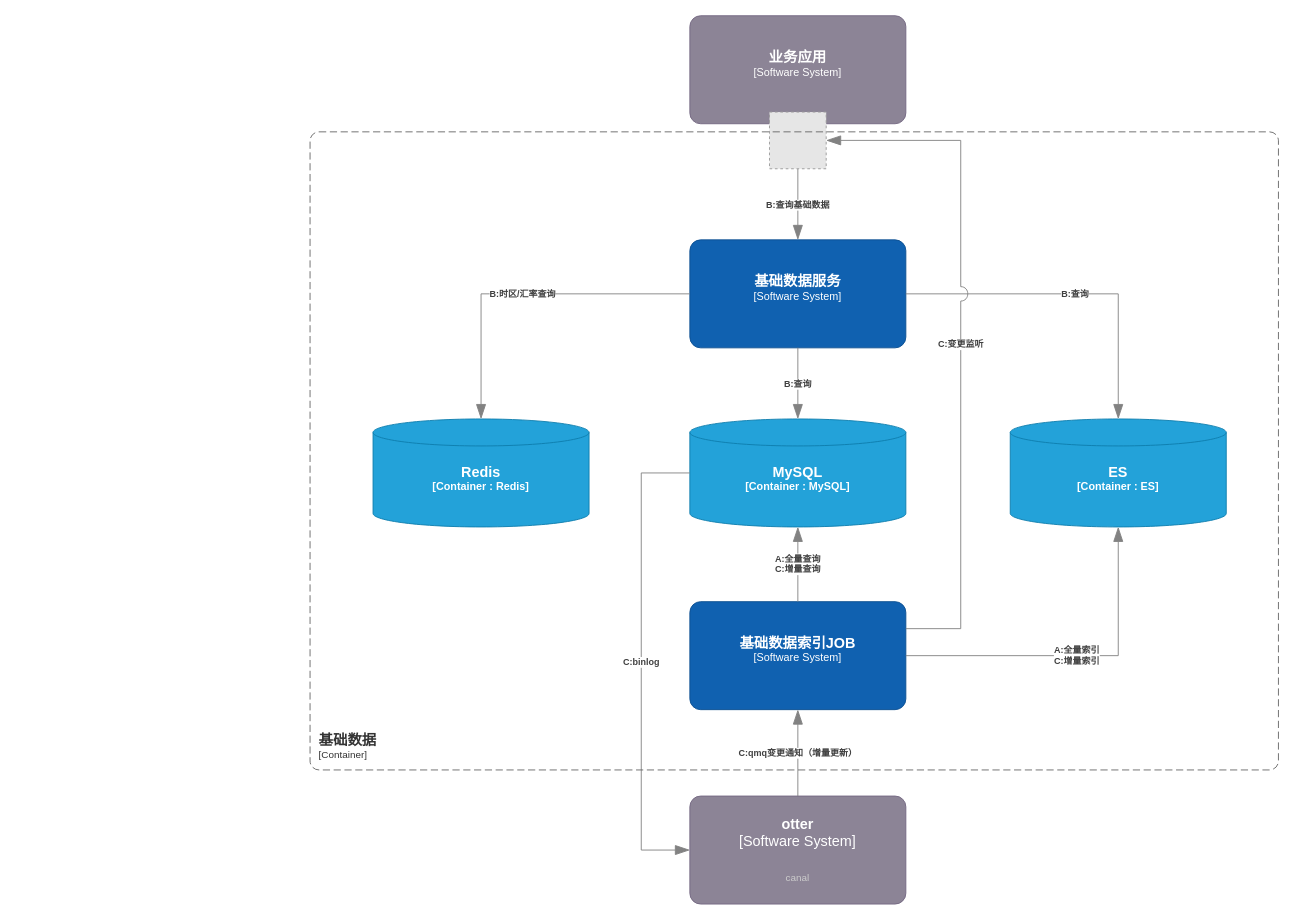
The draw.io diagram page "V1" (1 of 3) of 基础数据.drawio in miareko/c4-diagram, before the edit. Source tidied: cells renumbered, new cells numbered last; positions are measured from the earlier drawing's top-left corner, leaving out a move shared by most shapes. Both pictures are drawn from the tidied source at 90%, with x=0, y=0 at pixel (310, 15). Pictures stored in the file or linked from it are replaced by grey dashed boxes.
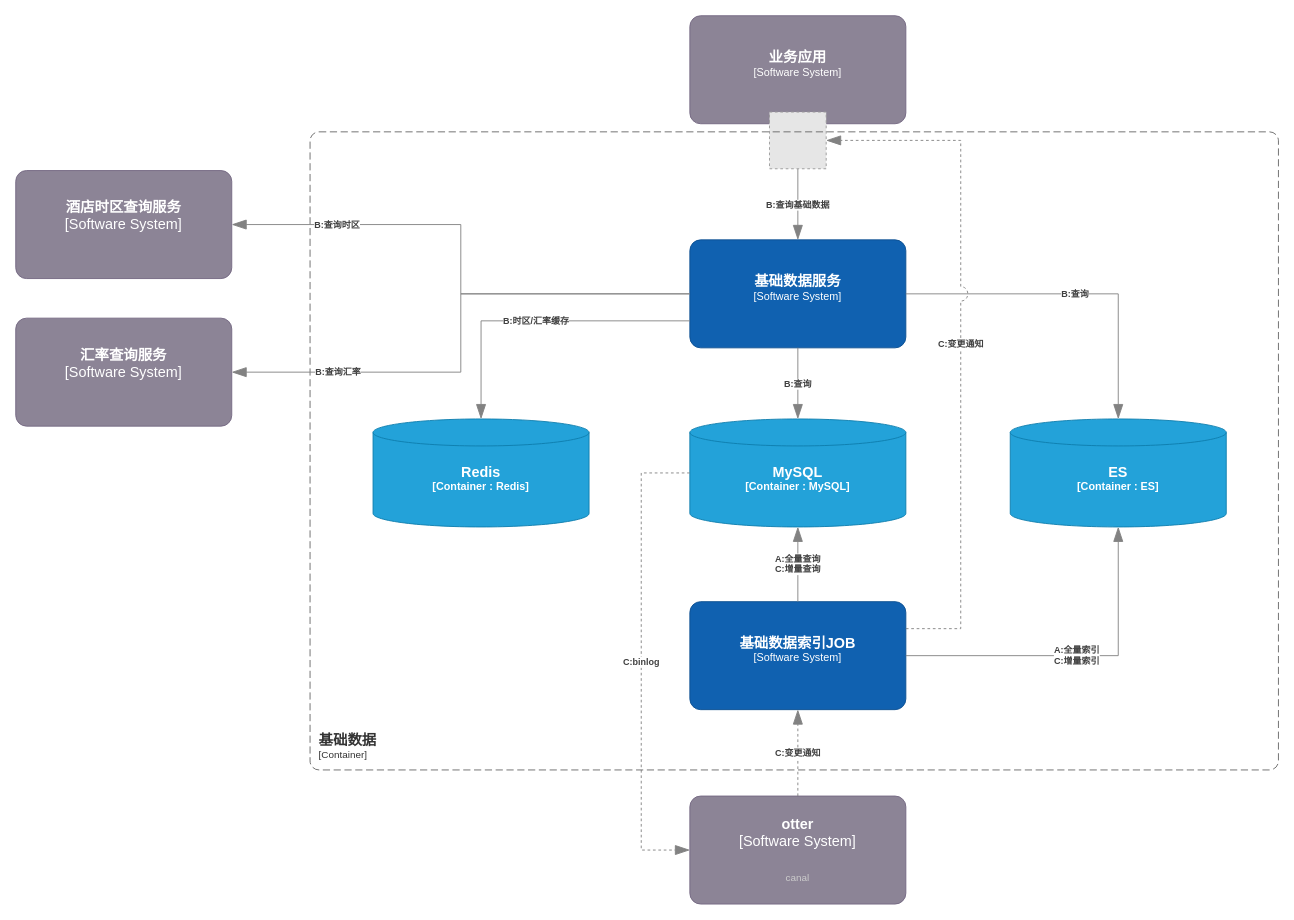
Above is the later version.

The change refers to these unchanged cells:
```xml
<object id="2" label="&lt;font style=&quot;font-size: 16px&quot;&gt;&lt;b&gt;%c4Name%&lt;/b&gt;&lt;/font&gt;&lt;div&gt;[%c4Type%]&lt;/div&gt;&lt;br&gt;&lt;div&gt;&lt;font style=&quot;font-size: 11px&quot;&gt;&lt;font color=&quot;#cccccc&quot;&gt;%c4Description%&lt;/font&gt;&lt;/div&gt;" c4Description="" c4Name="基础数据服务" c4Type="Software System" placeholders="1">
  <mxCell style="rounded=1;whiteSpace=wrap;html=1;labelBackgroundColor=none;fillColor=#1061B0;fontColor=#ffffff;align=center;arcSize=10;strokeColor=#0D5091;points=[[0.25,0,0],[0.5,0,0],[0.75,0,0],[1,0.25,0],[1,0.5,0],[1,0.75,0],[0.75,1,0],[0.5,1,0],[0.25,1,0],[0,0.75,0],[0,0.5,0],[0,0.25,0]];" parent="1" vertex="1">
    <mxGeometry x="422" y="249" width="240" height="120" as="geometry" />
  </mxCell>
</object>
<object id="3" label="&lt;font style=&quot;font-size: 16px&quot;&gt;&lt;b&gt;%c4Type%&lt;/font&gt;&lt;div&gt;[%c4Container%:&amp;nbsp;%c4Technology%]&lt;/div&gt;&lt;br&gt;&lt;div&gt;&lt;font style=&quot;font-size: 11px&quot;&gt;&lt;font color=&quot;#E6E6E6&quot;&gt;%c4Description%&lt;/font&gt;&lt;/div&gt;" c4Container="Container " c4Description="" c4Technology="MySQL" c4Type="MySQL" placeholders="1">
  <mxCell style="shape=cylinder3;size=15;whiteSpace=wrap;html=1;boundedLbl=1;rounded=0;labelBackgroundColor=none;fillColor=#23A2D9;fontSize=12;fontColor=#ffffff;align=center;strokeColor=#0E7DAD;points=[[0.5,0,0],[1,0.25,0],[1,0.5,0],[1,0.75,0],[0.5,1,0],[0,0.75,0],[0,0.5,0],[0,0.25,0]];" parent="1" vertex="1">
    <mxGeometry x="422" y="448" width="240" height="120" as="geometry" />
  </mxCell>
</object>
<object id="4" label="&lt;font style=&quot;font-size: 16px&quot;&gt;&lt;b&gt;%c4Name%&lt;/b&gt;&lt;/font&gt;&lt;div&gt;[%c4Type%]&lt;/div&gt;&lt;br&gt;&lt;div&gt;&lt;font style=&quot;font-size: 11px&quot;&gt;&lt;font color=&quot;#cccccc&quot;&gt;%c4Description%&lt;/font&gt;&lt;/div&gt;" c4Description="" c4Name="基础数据索引JOB" c4Type="Software System" placeholders="1">
  <mxCell style="rounded=1;whiteSpace=wrap;html=1;labelBackgroundColor=none;fillColor=#1061B0;fontColor=#ffffff;align=center;arcSize=10;strokeColor=#0D5091;points=[[0.25,0,0],[0.5,0,0],[0.75,0,0],[1,0.25,0],[1,0.5,0],[1,0.75,0],[0.75,1,0],[0.5,1,0],[0.25,1,0],[0,0.75,0],[0,0.5,0],[0,0.25,0]];" parent="1" vertex="1">
    <mxGeometry x="422" y="651" width="240" height="120" as="geometry" />
  </mxCell>
</object>
<mxCell id="12" style="fillColor=#E6E6E6;strokeColor=#999999;dashed=1;html=1;verticalAlign=top;verticalLabelPosition=bottom;labelBackgroundColor=#ffffff;" parent="1" vertex="1">
  <mxGeometry x="510.5" y="107" width="63" height="63" as="geometry" />
</mxCell>
<object id="13" label="&lt;font style=&quot;font-size: 16px&quot;&gt;&lt;b&gt;%c4Type%&lt;/font&gt;&lt;div&gt;[%c4Container%:&amp;nbsp;%c4Technology%]&lt;/div&gt;&lt;br&gt;&lt;div&gt;&lt;font style=&quot;font-size: 11px&quot;&gt;&lt;font color=&quot;#E6E6E6&quot;&gt;%c4Description%&lt;/font&gt;&lt;/div&gt;" c4Container="Container " c4Description="" c4Technology="Redis" c4Type="Redis" placeholders="1">
  <mxCell style="shape=cylinder3;size=15;whiteSpace=wrap;html=1;boundedLbl=1;rounded=0;labelBackgroundColor=none;fillColor=#23A2D9;fontSize=12;fontColor=#ffffff;align=center;strokeColor=#0E7DAD;points=[[0.5,0,0],[1,0.25,0],[1,0.5,0],[1,0.75,0],[0.5,1,0],[0,0.75,0],[0,0.5,0],[0,0.25,0]];" parent="1" vertex="1">
    <mxGeometry x="70" y="448" width="240" height="120" as="geometry" />
  </mxCell>
</object>
<object id="15" label="&lt;font style=&quot;font-size: 16px&quot;&gt;&lt;b&gt;%c4Name%&lt;/b&gt;&lt;/font&gt;&lt;div&gt;[%c4Type%]&lt;/div&gt;&lt;br&gt;&lt;div&gt;&lt;font style=&quot;font-size: 11px&quot;&gt;&lt;font color=&quot;#cccccc&quot;&gt;%c4Description%&lt;/font&gt;&lt;/div&gt;" c4Description="canal" c4Name="otter" c4Type="Software System" placeholders="1">
  <mxCell style="rounded=1;whiteSpace=wrap;html=1;labelBackgroundColor=none;fillColor=#8C8496;fontColor=#ffffff;align=center;arcSize=10;strokeColor=#736782;points=[[0.25,0,0],[0.5,0,0],[0.75,0,0],[1,0.25,0],[1,0.5,0],[1,0.75,0],[0.75,1,0],[0.5,1,0],[0.25,1,0],[0,0.75,0],[0,0.5,0],[0,0.25,0]];fontSize=16;" parent="1" vertex="1">
    <mxGeometry x="422" y="867" width="240" height="120" as="geometry" />
  </mxCell>
</object>
```

What changed in the source:
```diff
@@
-    <object id="14" label="&lt;div style=&quot;text-align: left&quot;&gt;&lt;div style=&quot;text-align: center&quot;&gt;&lt;b&gt;%c4Description%&lt;/b&gt;&lt;/div&gt;" c4Description="B:时区/汇率查询" placeholders="1">
-      <mxCell style="endArrow=blockThin;html=1;fontSize=10;fontColor=#404040;strokeWidth=1;endFill=1;strokeColor=#828282;elbow=vertical;endSize=14;startSize=14;jumpStyle=arc;jumpSize=16;rounded=0;edgeStyle=orthogonalEdgeStyle;exitX=0;exitY=0.5;exitDx=0;exitDy=0;exitPerimeter=0;entryX=0.5;entryY=0;entryDx=0;entryDy=0;entryPerimeter=0;" parent="1" edge="1" source="2" target="13">
+    <object id="14" label="&lt;div style=&quot;text-align: left&quot;&gt;&lt;div style=&quot;text-align: center&quot;&gt;&lt;b&gt;%c4Description%&lt;/b&gt;&lt;/div&gt;" c4Description="B:时区/汇率缓存" placeholders="1">
+      <mxCell style="endArrow=blockThin;html=1;fontSize=10;fontColor=#404040;strokeWidth=1;endFill=1;strokeColor=#828282;elbow=vertical;endSize=14;startSize=14;jumpStyle=arc;jumpSize=16;rounded=0;edgeStyle=orthogonalEdgeStyle;exitX=0;exitY=0.75;exitDx=0;exitDy=0;exitPerimeter=0;entryX=0.5;entryY=0;entryDx=0;entryDy=0;entryPerimeter=0;" parent="1" edge="1" source="2" target="13">
         <mxGeometry relative="1" as="geometry" />
       </mxCell>
     </object>
@@
-    <object id="16" label="&lt;div style=&quot;text-align: left&quot;&gt;&lt;div style=&quot;text-align: center&quot;&gt;&lt;b&gt;%c4Description%&lt;/b&gt;&lt;/div&gt;" c4Description="C:qmq变更通知（增量更新）" placeholders="1">
-      <mxCell style="endArrow=blockThin;html=1;fontSize=10;fontColor=#404040;strokeWidth=1;endFill=1;strokeColor=#828282;elbow=vertical;endSize=14;startSize=14;jumpStyle=arc;jumpSize=16;rounded=0;edgeStyle=orthogonalEdgeStyle;exitX=0.5;exitY=0;exitDx=0;exitDy=0;exitPerimeter=0;entryX=0.5;entryY=1;entryDx=0;entryDy=0;entryPerimeter=0;" parent="1" edge="1" source="15" target="4">
+    <object id="16" label="&lt;div style=&quot;text-align: left&quot;&gt;&lt;div style=&quot;text-align: center&quot;&gt;&lt;b&gt;%c4Description%&lt;/b&gt;&lt;/div&gt;" c4Description="C:变更通知" placeholders="1">
+      <mxCell style="endArrow=blockThin;html=1;fontSize=10;fontColor=#404040;strokeWidth=1;endFill=1;strokeColor=#828282;elbow=vertical;endSize=14;startSize=14;jumpStyle=arc;jumpSize=16;rounded=0;edgeStyle=orthogonalEdgeStyle;exitX=0.5;exitY=0;exitDx=0;exitDy=0;exitPerimeter=0;entryX=0.5;entryY=1;entryDx=0;entryDy=0;entryPerimeter=0;dashed=1;" parent="1" edge="1" source="15" target="4">
         <mxGeometry relative="1" as="geometry" />
       </mxCell>
     </object>
     <object id="17" label="&lt;div style=&quot;text-align: left&quot;&gt;&lt;div style=&quot;text-align: center&quot;&gt;&lt;b&gt;%c4Description%&lt;/b&gt;&lt;/div&gt;" c4Description="C:binlog" placeholders="1">
-      <mxCell style="endArrow=blockThin;html=1;fontSize=10;fontColor=#404040;strokeWidth=1;endFill=1;strokeColor=#828282;elbow=vertical;endSize=14;startSize=14;jumpStyle=arc;jumpSize=16;rounded=0;edgeStyle=orthogonalEdgeStyle;exitX=0;exitY=0.5;exitDx=0;exitDy=0;exitPerimeter=0;entryX=0;entryY=0.5;entryDx=0;entryDy=0;entryPerimeter=0;" parent="1" edge="1" source="3" target="15">
+      <mxCell style="endArrow=blockThin;html=1;fontSize=10;fontColor=#404040;strokeWidth=1;endFill=1;strokeColor=#828282;elbow=vertical;endSize=14;startSize=14;jumpStyle=arc;jumpSize=16;rounded=0;edgeStyle=orthogonalEdgeStyle;exitX=0;exitY=0.5;exitDx=0;exitDy=0;exitPerimeter=0;entryX=0;entryY=0.5;entryDx=0;entryDy=0;entryPerimeter=0;dashed=1;" parent="1" edge="1" source="3" target="15">
         <mxGeometry relative="1" as="geometry">
           <Array as="points">
             <mxPoint x="368" y="508" />
             <mxPoint x="368" y="927" />
           </Array>
         </mxGeometry>
       </mxCell>
     </object>
-    <object id="18" label="&lt;div style=&quot;text-align: left&quot;&gt;&lt;div style=&quot;text-align: center&quot;&gt;&lt;b&gt;%c4Description%&lt;/b&gt;&lt;/div&gt;" c4Description="C:变更监听" placeholders="1">
-      <mxCell style="endArrow=blockThin;html=1;fontSize=10;fontColor=#404040;strokeWidth=1;endFill=1;strokeColor=#828282;elbow=vertical;endSize=14;startSize=14;jumpStyle=arc;jumpSize=16;rounded=0;edgeStyle=orthogonalEdgeStyle;exitX=1;exitY=0.25;exitDx=0;exitDy=0;exitPerimeter=0;entryX=1;entryY=0.5;entryDx=0;entryDy=0;" parent="1" edge="1" source="4" target="12">
+    <object id="18" label="&lt;div style=&quot;text-align: left&quot;&gt;&lt;div style=&quot;text-align: center&quot;&gt;&lt;b&gt;%c4Description%&lt;/b&gt;&lt;/div&gt;" c4Description="C:变更通知" placeholders="1">
+      <mxCell style="endArrow=blockThin;html=1;fontSize=10;fontColor=#404040;strokeWidth=1;endFill=1;strokeColor=#828282;elbow=vertical;endSize=14;startSize=14;jumpStyle=arc;jumpSize=16;rounded=0;edgeStyle=orthogonalEdgeStyle;exitX=1;exitY=0.25;exitDx=0;exitDy=0;exitPerimeter=0;entryX=1;entryY=0.5;entryDx=0;entryDy=0;dashed=1;" parent="1" edge="1" source="4" target="12">
         <mxGeometry relative="1" as="geometry">
           <Array as="points">
             <mxPoint x="723" y="681" />
             <mxPoint x="723" y="138" />
           </Array>
         </mxGeometry>
       </mxCell>
     </object>
@@
+    <object id="20" label="&lt;font style=&quot;font-size: 16px&quot;&gt;&lt;b&gt;%c4Name%&lt;/b&gt;&lt;/font&gt;&lt;div&gt;[%c4Type%]&lt;/div&gt;&lt;br&gt;&lt;div&gt;&lt;font style=&quot;font-size: 11px&quot;&gt;&lt;font color=&quot;#cccccc&quot;&gt;%c4Description%&lt;/font&gt;&lt;/div&gt;" c4Description="" c4Name="酒店时区查询服务" c4Type="Software System" placeholders="1">
+      <mxCell style="rounded=1;whiteSpace=wrap;html=1;labelBackgroundColor=none;fillColor=#8C8496;fontColor=#ffffff;align=center;arcSize=10;strokeColor=#736782;points=[[0.25,0,0],[0.5,0,0],[0.75,0,0],[1,0.25,0],[1,0.5,0],[1,0.75,0],[0.75,1,0],[0.5,1,0],[0.25,1,0],[0,0.75,0],[0,0.5,0],[0,0.25,0]];fontSize=16;" parent="1" vertex="1">
+        <mxGeometry x="-327" y="172" width="240" height="120" as="geometry" />
+      </mxCell>
+    </object>
+    <object id="21" label="&lt;font style=&quot;font-size: 16px&quot;&gt;&lt;b&gt;%c4Name%&lt;/b&gt;&lt;/font&gt;&lt;div&gt;[%c4Type%]&lt;/div&gt;&lt;br&gt;&lt;div&gt;&lt;font style=&quot;font-size: 11px&quot;&gt;&lt;font color=&quot;#cccccc&quot;&gt;%c4Description%&lt;/font&gt;&lt;/div&gt;" c4Description="" c4Name="汇率查询服务" c4Type="Software System" placeholders="1">
+      <mxCell style="rounded=1;whiteSpace=wrap;html=1;labelBackgroundColor=none;fillColor=#8C8496;fontColor=#ffffff;align=center;arcSize=10;strokeColor=#736782;points=[[0.25,0,0],[0.5,0,0],[0.75,0,0],[1,0.25,0],[1,0.5,0],[1,0.75,0],[0.75,1,0],[0.5,1,0],[0.25,1,0],[0,0.75,0],[0,0.5,0],[0,0.25,0]];fontSize=16;" parent="1" vertex="1">
+        <mxGeometry x="-327" y="336" width="240" height="120" as="geometry" />
+      </mxCell>
+    </object>
+    <object id="22" label="&lt;div style=&quot;text-align: left&quot;&gt;&lt;div style=&quot;text-align: center&quot;&gt;&lt;b&gt;%c4Description%&lt;/b&gt;&lt;/div&gt;" c4Description="B:查询时区" placeholders="1">
+      <mxCell style="endArrow=blockThin;html=1;fontSize=10;fontColor=#404040;strokeWidth=1;endFill=1;strokeColor=#828282;elbow=vertical;endSize=14;startSize=14;jumpStyle=arc;jumpSize=16;rounded=0;edgeStyle=orthogonalEdgeStyle;exitX=0;exitY=0.5;exitDx=0;exitDy=0;exitPerimeter=0;entryX=1;entryY=0.5;entryDx=0;entryDy=0;entryPerimeter=0;" parent="1" edge="1" source="2" target="20">
+        <mxGeometry x="0.6" relative="1" as="geometry" />
+      </mxCell>
+    </object>
+    <object id="23" label="&lt;div style=&quot;text-align: left&quot;&gt;&lt;div style=&quot;text-align: center&quot;&gt;&lt;b&gt;%c4Description%&lt;/b&gt;&lt;/div&gt;" c4Description="B:查询汇率" placeholders="1">
+      <mxCell style="endArrow=blockThin;html=1;fontSize=10;fontColor=#404040;strokeWidth=1;endFill=1;strokeColor=#828282;elbow=vertical;endSize=14;startSize=14;jumpStyle=arc;jumpSize=16;rounded=0;edgeStyle=orthogonalEdgeStyle;exitX=0;exitY=0.5;exitDx=0;exitDy=0;exitPerimeter=0;entryX=1;entryY=0.5;entryDx=0;entryDy=0;entryPerimeter=0;" parent="1" edge="1" source="2" target="21">
+        <mxGeometry x="0.6" relative="1" as="geometry">
+          <mxPoint x="-1" as="offset" />
+        </mxGeometry>
+      </mxCell>
+    </object>
```
